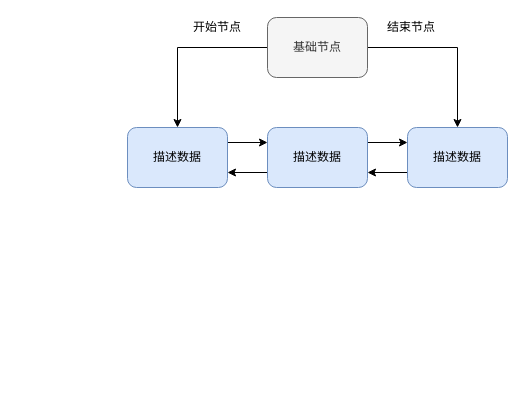
This is mysql/free链表和flush链表.drawio from erlieStar/diagrams, a draw.io file, before an edit. Source tidied: cells renumbered, new cells numbered last; positions are measured from the earlier drawing's top-left corner, leaving out a move shared by most shapes. Both pictures are drawn from the tidied source at 100%, with x=0, y=0 at pixel (127, 17).
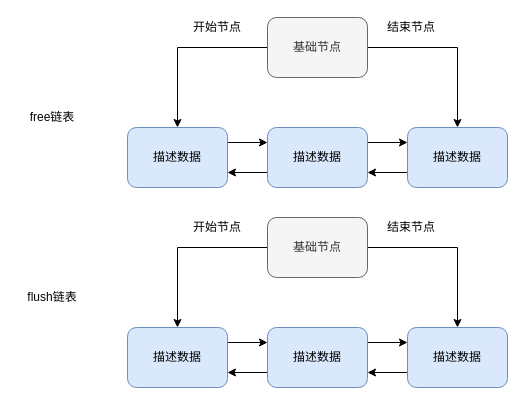
After the change.

Commit message (it also covers changes not shown here):
Update free链表和flush链表.drawio

What changed in the source:
```diff
@@
+    <mxCell id="14" value="free链表" style="text;html=1;strokeColor=none;fillColor=none;align=center;verticalAlign=middle;whiteSpace=wrap;rounded=0;" parent="1" vertex="1">
+      <mxGeometry x="-110" y="90" width="70" height="20" as="geometry" />
+    </mxCell>
+    <mxCell id="15" style="edgeStyle=orthogonalEdgeStyle;rounded=0;jettySize=auto;html=1;exitX=1;exitY=0.25;exitDx=0;exitDy=0;entryX=0;entryY=0.25;entryDx=0;entryDy=0;" parent="1" edge="1" source="16" target="19">
+      <mxGeometry relative="1" as="geometry" />
+    </mxCell>
+    <mxCell id="16" value="描述数据" style="rounded=1;whiteSpace=wrap;html=1;fillColor=#dae8fc;strokeColor=#6c8ebf;" parent="1" vertex="1">
+      <mxGeometry y="310" width="100" height="60" as="geometry" />
+    </mxCell>
+    <mxCell id="17" style="edgeStyle=orthogonalEdgeStyle;rounded=0;jettySize=auto;html=1;exitX=1;exitY=0.25;exitDx=0;exitDy=0;entryX=0;entryY=0.25;entryDx=0;entryDy=0;" parent="1" edge="1" source="19" target="21">
+      <mxGeometry relative="1" as="geometry" />
+    </mxCell>
+    <mxCell id="18" style="edgeStyle=orthogonalEdgeStyle;rounded=0;jettySize=auto;html=1;exitX=0;exitY=0.75;exitDx=0;exitDy=0;entryX=1;entryY=0.75;entryDx=0;entryDy=0;" parent="1" edge="1" source="19" target="16">
+      <mxGeometry relative="1" as="geometry" />
+    </mxCell>
+    <mxCell id="19" value="描述数据" style="rounded=1;whiteSpace=wrap;html=1;fillColor=#dae8fc;strokeColor=#6c8ebf;" parent="1" vertex="1">
+      <mxGeometry x="140" y="310" width="100" height="60" as="geometry" />
+    </mxCell>
+    <mxCell id="20" style="edgeStyle=orthogonalEdgeStyle;rounded=0;jettySize=auto;html=1;exitX=0;exitY=0.75;exitDx=0;exitDy=0;entryX=1;entryY=0.75;entryDx=0;entryDy=0;" parent="1" edge="1" source="21" target="19">
+      <mxGeometry relative="1" as="geometry" />
+    </mxCell>
+    <mxCell id="21" value="描述数据" style="rounded=1;whiteSpace=wrap;html=1;fillColor=#dae8fc;strokeColor=#6c8ebf;" parent="1" vertex="1">
+      <mxGeometry x="280" y="310" width="100" height="60" as="geometry" />
+    </mxCell>
+    <mxCell id="22" style="edgeStyle=orthogonalEdgeStyle;rounded=0;jettySize=auto;html=1;exitX=0;exitY=0.5;exitDx=0;exitDy=0;entryX=0.5;entryY=0;entryDx=0;entryDy=0;" parent="1" edge="1" source="24" target="16">
+      <mxGeometry relative="1" as="geometry" />
+    </mxCell>
+    <mxCell id="23" style="edgeStyle=orthogonalEdgeStyle;rounded=0;jettySize=auto;html=1;exitX=1;exitY=0.5;exitDx=0;exitDy=0;entryX=0.5;entryY=0;entryDx=0;entryDy=0;" parent="1" edge="1" source="24" target="21">
+      <mxGeometry relative="1" as="geometry" />
+    </mxCell>
+    <mxCell id="24" value="基础节点" style="rounded=1;whiteSpace=wrap;html=1;fillColor=#f5f5f5;strokeColor=#666666;fontColor=#333333;" parent="1" vertex="1">
+      <mxGeometry x="140" y="200" width="100" height="60" as="geometry" />
+    </mxCell>
+    <mxCell id="25" value="开始节点" style="text;html=1;strokeColor=none;fillColor=none;align=center;verticalAlign=middle;whiteSpace=wrap;rounded=0;" parent="1" vertex="1">
+      <mxGeometry x="60" y="200" width="60" height="20" as="geometry" />
+    </mxCell>
+    <mxCell id="26" value="结束节点" style="text;html=1;strokeColor=none;fillColor=none;align=center;verticalAlign=middle;whiteSpace=wrap;rounded=0;" parent="1" vertex="1">
+      <mxGeometry x="254" y="200" width="60" height="20" as="geometry" />
+    </mxCell>
+    <mxCell id="27" value="flush链表" style="text;html=1;strokeColor=none;fillColor=none;align=center;verticalAlign=middle;whiteSpace=wrap;rounded=0;" parent="1" vertex="1">
+      <mxGeometry x="-110" y="270" width="70" height="20" as="geometry" />
+    </mxCell>
```
